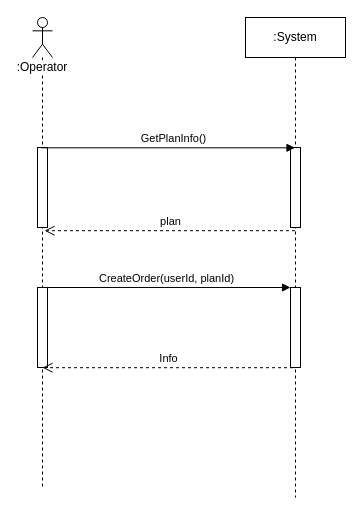
Before: Lab3/Бугаков/1Прецедент.drawio in denissfloww/Information-systems-design, a draw.io diagram. Source tidied: cells renumbered, new cells numbered last; positions are measured from the earlier drawing's top-left corner, leaving out a move shared by most shapes. Both pictures are drawn from the tidied source at 100%, with x=0, y=0 at pixel (32, 17).
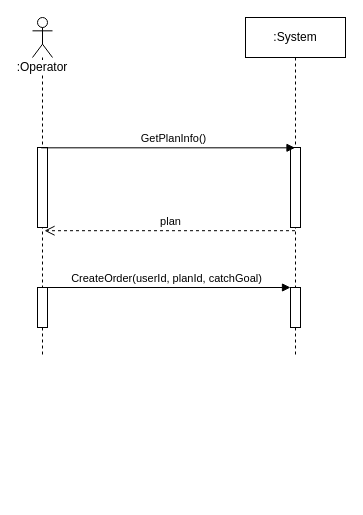
The same page after the edit.

Diff of the diagram source:
```diff
@@
 <mxGraphModel>
   <root>
     <mxCell id="0" />
     <mxCell id="1" parent="0" />
     <mxCell id="2" value=":System" style="shape=umlLifeline;perimeter=lifelinePerimeter;whiteSpace=wrap;html=1;outlineConnect=0;" parent="1" vertex="1">
-      <mxGeometry x="213" width="100" height="480" as="geometry" />
+      <mxGeometry x="213" width="100" height="340" as="geometry" />
     </mxCell>
     <mxCell id="3" style="html=1;perimeter=orthogonalPerimeter;" parent="2" vertex="1">
       <mxGeometry x="45" y="130" width="10" height="80" as="geometry" />
     </mxCell>
     <mxCell id="4" style="html=1;perimeter=orthogonalPerimeter;" parent="2" vertex="1">
-      <mxGeometry x="45" y="270" width="10" height="80" as="geometry" />
+      <mxGeometry x="45" y="270" width="10" height="40" as="geometry" />
     </mxCell>
     <mxCell id="5" value=":Operator" style="shape=umlLifeline;participant=umlActor;perimeter=lifelinePerimeter;whiteSpace=wrap;html=1;verticalAlign=top;spacingTop=36;labelBackgroundColor=#ffffff;outlineConnect=0;" parent="1" vertex="1">
-      <mxGeometry width="20" height="470" as="geometry" />
+      <mxGeometry width="20" height="340" as="geometry" />
     </mxCell>
     <mxCell id="6" style="html=1;points=[];perimeter=orthogonalPerimeter;" parent="5" vertex="1">
       <mxGeometry x="5" y="130" width="10" height="80" as="geometry" />
     </mxCell>
     <mxCell id="7" style="html=1;perimeter=orthogonalPerimeter;" parent="5" vertex="1">
-      <mxGeometry x="5" y="270" width="10" height="80" as="geometry" />
+      <mxGeometry x="5" y="270" width="10" height="40" as="geometry" />
     </mxCell>
     <mxCell id="8" value="GetPlanInfo()" style="html=1;verticalAlign=bottom;endArrow=block;exitX=0.367;exitY=0.004;exitDx=0;exitDy=0;exitPerimeter=0;" parent="1" edge="1" source="6" target="2">
       <mxGeometry x="0.04" relative="1" as="geometry" />
     </mxCell>
     <mxCell id="9" value="plan" style="html=1;verticalAlign=bottom;endArrow=open;dashed=1;endSize=8;entryX=0.703;entryY=1.04;entryDx=0;entryDy=0;entryPerimeter=0;" parent="1" edge="1" source="2" target="6">
       <mxGeometry relative="1" as="geometry" />
     </mxCell>
-    <mxCell id="10" value="CreateOrder(userId, planId)" style="html=1;verticalAlign=bottom;endArrow=block;" parent="1" edge="1" source="5">
+    <mxCell id="10" value="CreateOrder(userId, planId, catchGoal)" style="html=1;verticalAlign=bottom;endArrow=block;" parent="1" edge="1" source="5">
       <mxGeometry relative="1" as="geometry">
         <mxPoint x="258" y="270" as="targetPoint" />
       </mxGeometry>
     </mxCell>
-    <mxCell id="11" value="Info" style="html=1;verticalAlign=bottom;endArrow=open;dashed=1;endSize=8;entryX=0.703;entryY=1.04;entryDx=0;entryDy=0;entryPerimeter=0;" parent="1" edge="1">
-      <mxGeometry relative="1" as="geometry">
-        <mxPoint x="260.5" y="350.2" as="sourcePoint" />
-        <mxPoint x="10" y="350.2" as="targetPoint" />
-      </mxGeometry>
-    </mxCell>
   </root>
 </mxGraphModel>
```
